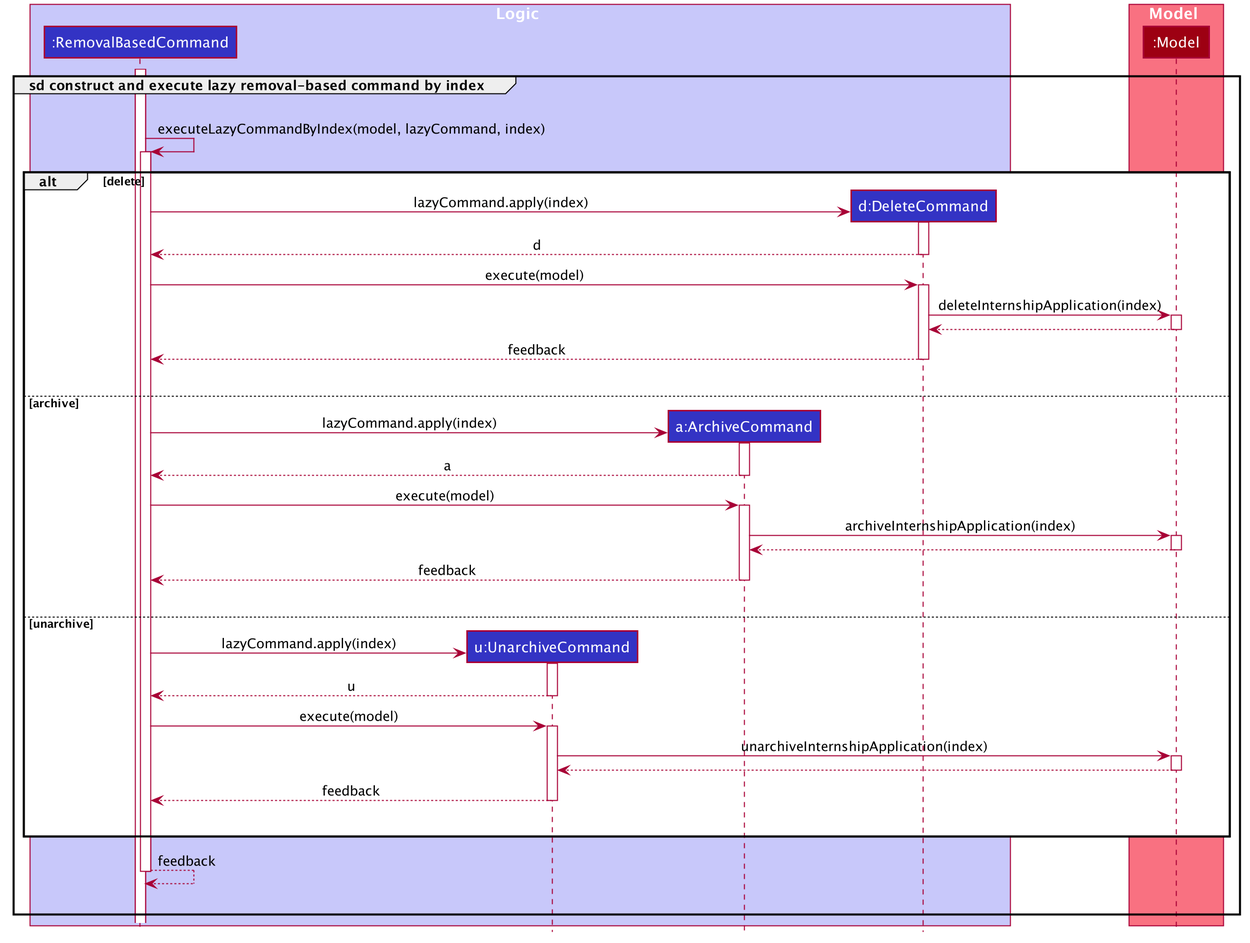
The PlantUML diagram docs/images/ConstructAndExecuteLazyCommandByIndexSequenceDiagram.png in wxwxwxwx9/main, before a commit.
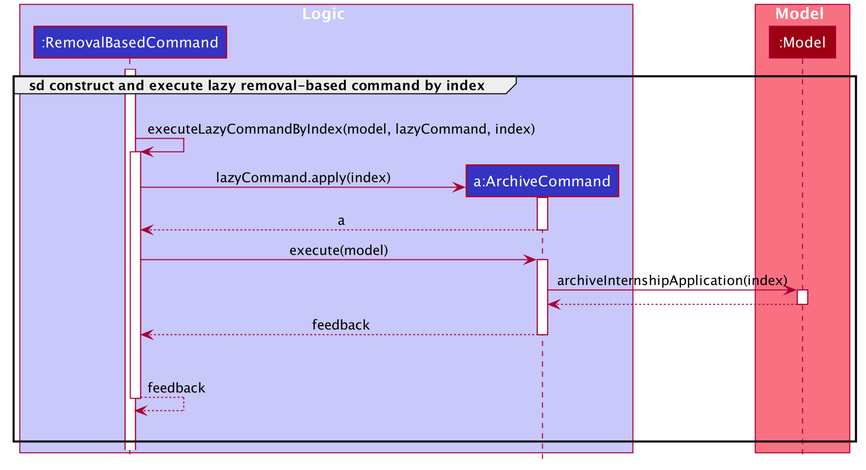
The same file after the commit.

Commit message:
Update DG sequence diag according to joanne's advice

What changed in the source:
```diff
@@ -51,9 +51,7 @@
 
 box Logic #C8C8FA
 participant ":RemovalBasedCommand" as RemovalBasedCommand #3333C4
-participant "u:UnarchiveCommand" as UnarchiveCommand #3333C4
 participant "a:ArchiveCommand" as ArchiveCommand #3333C4
-participant "d:DeleteCommand" as DeleteCommand #3333C4
 end box
 
 box Model #F97181
@@ -66,22 +64,6 @@
         RemovalBasedCommand -[hidden]-> RemovalBasedCommand
         RemovalBasedCommand -> RemovalBasedCommand : executeLazyCommandByIndex(model, lazyCommand, index)
             activate RemovalBasedCommand
-            alt #white delete
-                create DeleteCommand
-                RemovalBasedCommand -> DeleteCommand : lazyCommand.apply(index)
-                    activate DeleteCommand
-                    DeleteCommand --> RemovalBasedCommand : d
-                    deactivate DeleteCommand
-                RemovalBasedCommand -> DeleteCommand : execute(model)
-                    activate DeleteCommand
-                    DeleteCommand -> Model : deleteInternshipApplication(index)
-                    activate Model
-                    Model --> DeleteCommand
-                    deactivate Model
-                    DeleteCommand --> RemovalBasedCommand : feedback
-                    deactivate DeleteCommand
-                RemovalBasedCommand -[hidden]-> RemovalBasedCommand
-            else archive
                 create ArchiveCommand
                 RemovalBasedCommand -> ArchiveCommand : lazyCommand.apply(index)
                     activate ArchiveCommand
@@ -96,22 +78,6 @@
                     ArchiveCommand --> RemovalBasedCommand : feedback
                     deactivate ArchiveCommand
                 RemovalBasedCommand -[hidden]-> RemovalBasedCommand
-            else unarchive
-                create UnarchiveCommand
-                RemovalBasedCommand -> UnarchiveCommand : lazyCommand.apply(index)
-                    activate UnarchiveCommand
-                    UnarchiveCommand --> RemovalBasedCommand : u
-                    deactivate UnarchiveCommand
-                RemovalBasedCommand -> UnarchiveCommand : execute(model)
-                    activate UnarchiveCommand
-                    UnarchiveCommand -> Model : unarchiveInternshipApplication(index)
-                    activate Model
-                    Model --> UnarchiveCommand
-                    deactivate Model
-                    UnarchiveCommand --> RemovalBasedCommand : feedback
-                    deactivate UnarchiveCommand
-                RemovalBasedCommand -[hidden]-> RemovalBasedCommand
-            end
             RemovalBasedCommand --> RemovalBasedCommand : feedback
             deactivate RemovalBasedCommand
             RemovalBasedCommand -[hidden]-> RemovalBasedCommand
```
